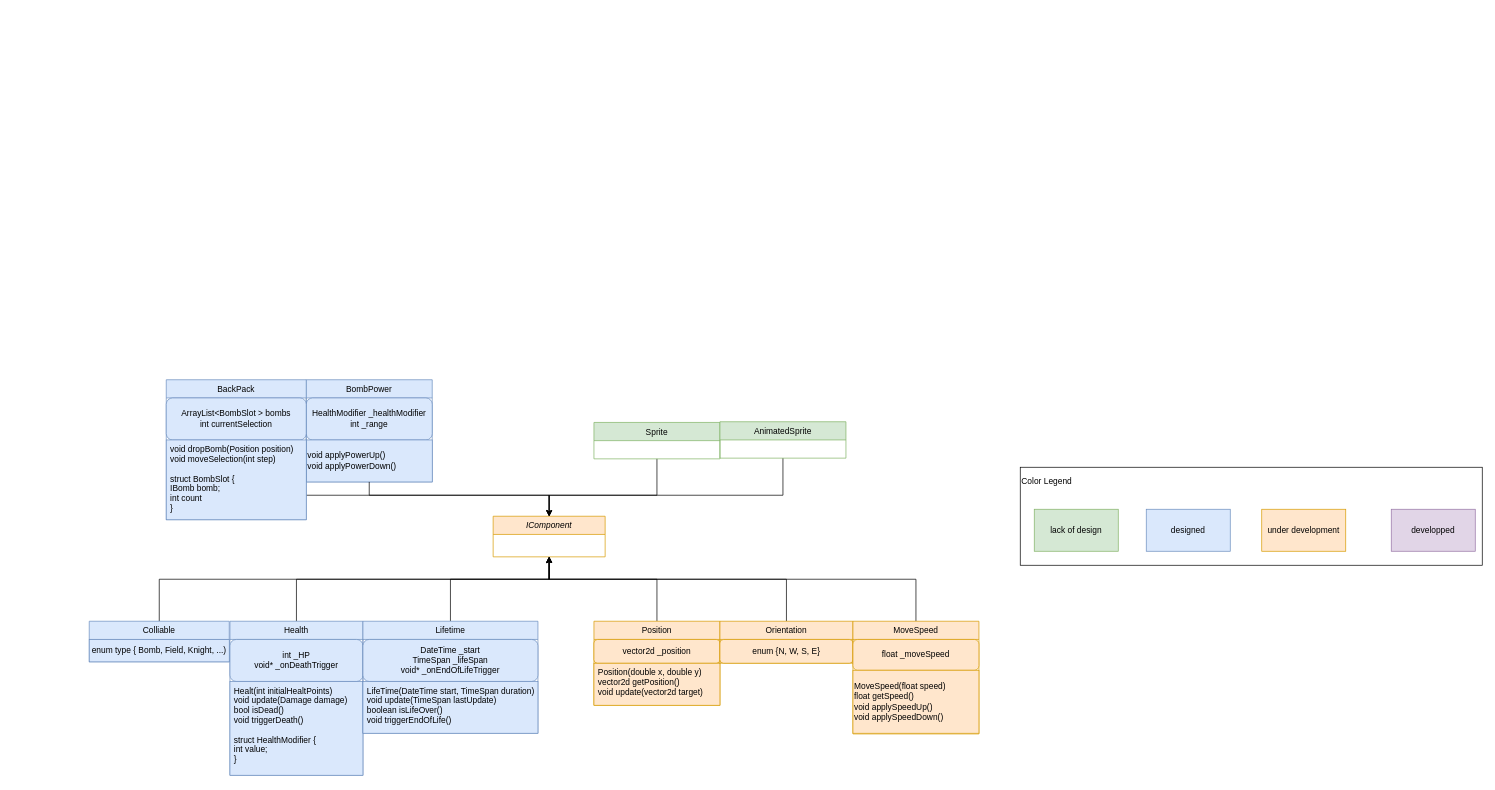
The draw.io diagram page "Components" (2 of 5) of doc/UMLGeneralFramework.drawio in Kragoum/BomberKnight, before the edit. Source tidied: cells renumbered, new cells numbered last; positions are measured from the earlier drawing's top-left corner, leaving out a move shared by most shapes. Both pictures are drawn from the tidied source at 70%, with x=0, y=0 at pixel (89, 379).
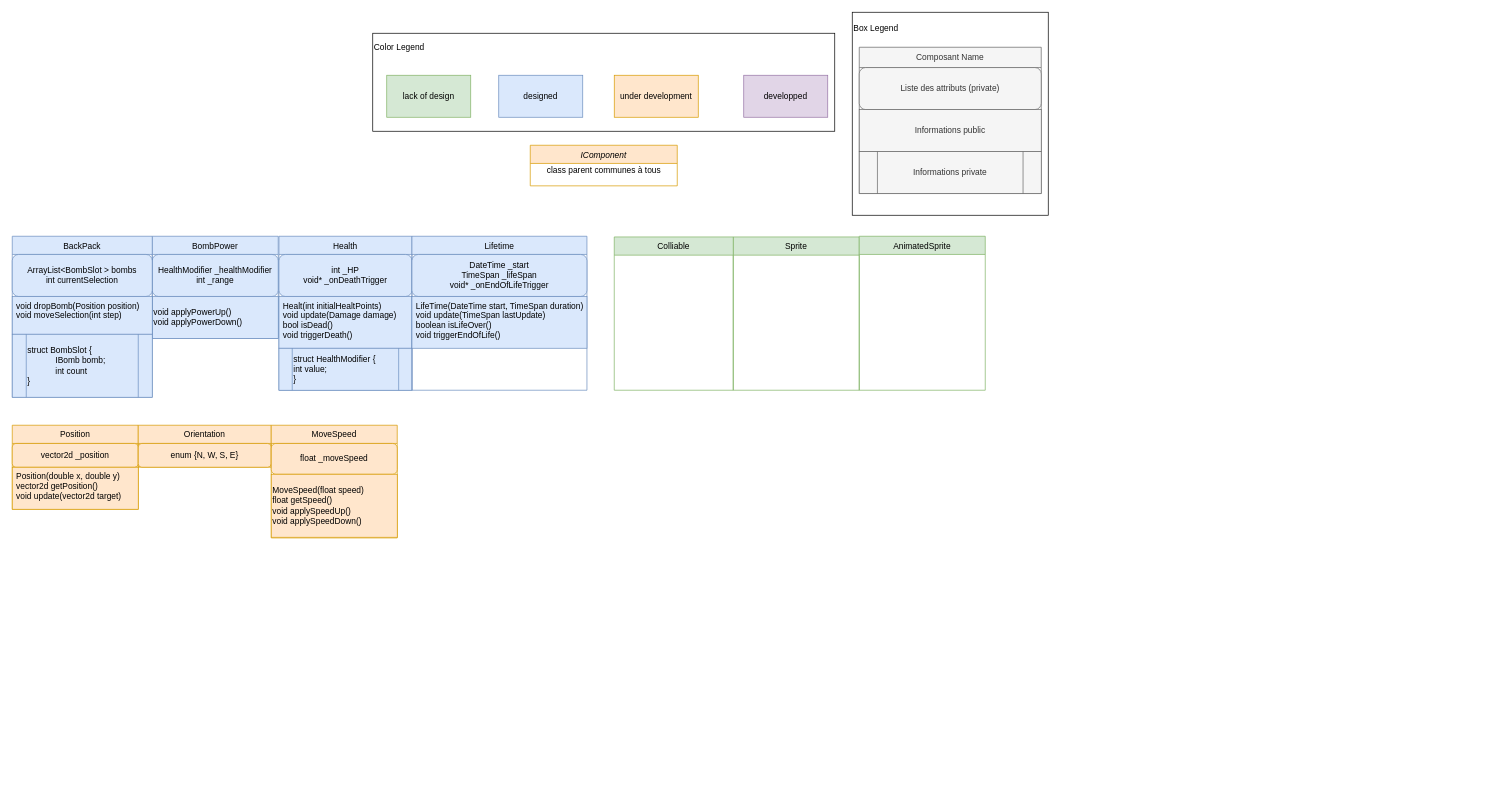
Above is the later version.

The change refers to these unchanged cells:
```xml
<mxCell id="20" value="void applyPowerUp()&lt;br&gt;void applyPowerDown()" style="rounded=0;whiteSpace=wrap;html=1;labelBackgroundColor=none;fillColor=#dae8fc;strokeColor=#6c8ebf;align=left;" parent="18" vertex="1">
  <mxGeometry y="86" width="180" height="60" as="geometry" />
</mxCell>
```

What changed in the source:
```diff
@@
     <mxCell id="2" value="IComponent" style="swimlane;fontStyle=2;align=center;verticalAlign=top;horizontal=1;startSize=26;rounded=0;shadow=0;strokeWidth=1;fillColor=#ffe6cc;strokeColor=#d79b00;" parent="1" vertex="1">
-      <mxGeometry x="577" y="195" width="160" height="58" as="geometry" />
+      <mxGeometry x="630" y="-335" width="210" height="58" as="geometry" />
     </mxCell>
-    <mxCell id="3" style="edgeStyle=orthogonalEdgeStyle;rounded=0;jettySize=auto;html=1;entryX=0.5;entryY=1;entryDx=0;entryDy=0;fontColor=#000000;" parent="1" edge="1" source="4" target="2">
-      <mxGeometry relative="1" as="geometry">
-        <Array as="points">
-          <mxPoint x="296" y="285" />
-          <mxPoint x="657" y="285" />
-        </Array>
-      </mxGeometry>
-    </mxCell>
+    <mxCell id="43" value="class parent communes à tous" style="text;html=1;align=center;verticalAlign=middle;strokeColor=none;fillColor=none;" parent="2" vertex="1">
+      <mxGeometry y="26" width="210" height="20" as="geometry" />
+    </mxCell>
     <mxCell id="4" value="Health" style="swimlane;fontStyle=0;align=center;verticalAlign=top;horizontal=1;startSize=26;rounded=0;shadow=0;strokeWidth=1;fillColor=#dae8fc;strokeColor=#6c8ebf;" parent="1" vertex="1">
-      <mxGeometry x="201" y="345" width="190" height="220" as="geometry" />
+      <mxGeometry x="271" y="-205" width="190" height="220" as="geometry" />
     </mxCell>
@@
-    <mxCell id="6" value="Healt(int initialHealtPoints)&#10;void update(Damage damage)&#10;bool isDead()&#10;void triggerDeath()&#10;&#10;struct HealthModifier {&#10;int value;&#10;}" style="text;align=left;verticalAlign=top;spacingLeft=4;spacingRight=4;overflow=hidden;rounded=0;shadow=0;html=0;fillColor=#dae8fc;strokeColor=#6c8ebf;" parent="4" vertex="1">
-      <mxGeometry y="86" width="190" height="134" as="geometry" />
+    <mxCell id="6" value="Healt(int initialHealtPoints)&#10;void update(Damage damage)&#10;bool isDead()&#10;void triggerDeath()&#10;" style="text;align=left;verticalAlign=top;spacingLeft=4;spacingRight=4;overflow=hidden;rounded=0;shadow=0;html=0;fillColor=#dae8fc;strokeColor=#6c8ebf;" parent="4" vertex="1">
+      <mxGeometry y="86" width="190" height="74" as="geometry" />
     </mxCell>
-    <mxCell id="7" style="edgeStyle=orthogonalEdgeStyle;rounded=0;jettySize=auto;html=1;entryX=0.5;entryY=1;entryDx=0;entryDy=0;fontColor=#000000;" parent="1" edge="1" source="8" target="2">
-      <mxGeometry relative="1" as="geometry">
-        <Array as="points">
-          <mxPoint x="516" y="285" />
-          <mxPoint x="657" y="285" />
-        </Array>
-      </mxGeometry>
-    </mxCell>
+    <mxCell id="44" value="&lt;span style=&quot;&quot;&gt;struct HealthModifier {&lt;/span&gt;&lt;br style=&quot;padding: 0px; margin: 0px;&quot;&gt;&lt;span style=&quot;&quot;&gt;int value;&lt;/span&gt;&lt;br style=&quot;padding: 0px; margin: 0px;&quot;&gt;&lt;div style=&quot;&quot;&gt;&lt;span style=&quot;background-color: initial;&quot;&gt;}&lt;/span&gt;&lt;/div&gt;" style="shape=process;whiteSpace=wrap;html=1;backgroundOutline=1;fillColor=#dae8fc;strokeColor=#6c8ebf;align=left;" parent="4" vertex="1">
+      <mxGeometry y="160" width="190" height="60" as="geometry" />
+    </mxCell>
     <mxCell id="8" value="Lifetime" style="swimlane;fontStyle=0;align=center;verticalAlign=top;horizontal=1;startSize=26;rounded=0;shadow=0;strokeWidth=1;fillColor=#dae8fc;strokeColor=#6c8ebf;" parent="1" vertex="1">
-      <mxGeometry x="391" y="345" width="250" height="160" as="geometry" />
+      <mxGeometry x="461" y="-205" width="250" height="220" as="geometry" />
     </mxCell>
@@
-    <mxCell id="11" style="edgeStyle=orthogonalEdgeStyle;rounded=0;jettySize=auto;html=1;entryX=0.5;entryY=1;entryDx=0;entryDy=0;fontColor=#000000;" parent="1" edge="1" source="12" target="2">
-      <mxGeometry relative="1" as="geometry">
-        <Array as="points">
-          <mxPoint x="811" y="285" />
-          <mxPoint x="657" y="285" />
-        </Array>
-      </mxGeometry>
-    </mxCell>
     <mxCell id="12" value="Position" style="swimlane;fontStyle=0;align=center;verticalAlign=top;horizontal=1;startSize=26;rounded=0;shadow=0;strokeWidth=1;fillColor=#ffe6cc;strokeColor=#d79b00;" parent="1" vertex="1">
-      <mxGeometry x="721" y="345" width="180" height="120" as="geometry" />
+      <mxGeometry x="-110" y="65" width="180" height="120" as="geometry" />
     </mxCell>
@@
-    <mxCell id="15" style="edgeStyle=orthogonalEdgeStyle;rounded=0;jettySize=auto;html=1;entryX=0.5;entryY=1;entryDx=0;entryDy=0;fontColor=#000000;" parent="1" edge="1" source="16" target="2">
-      <mxGeometry relative="1" as="geometry">
-        <Array as="points">
-          <mxPoint x="996" y="285" />
-          <mxPoint x="657" y="285" />
-        </Array>
-      </mxGeometry>
-    </mxCell>
     <mxCell id="16" value="Orientation" style="swimlane;fontStyle=0;align=center;verticalAlign=top;horizontal=1;startSize=26;rounded=0;shadow=0;strokeWidth=1;fillColor=#ffe6cc;strokeColor=#d79b00;" parent="1" vertex="1">
-      <mxGeometry x="901" y="345" width="190" height="60" as="geometry" />
+      <mxGeometry x="70" y="65" width="190" height="60" as="geometry" />
     </mxCell>
@@
     <mxCell id="18" value="BombPower" style="swimlane;fontStyle=0;align=center;verticalAlign=top;horizontal=1;startSize=26;rounded=0;shadow=0;strokeWidth=1;fillColor=#dae8fc;strokeColor=#6c8ebf;" parent="1" vertex="1">
-      <mxGeometry x="310" width="180" height="146" as="geometry" />
+      <mxGeometry x="90" y="-205" width="180" height="146" as="geometry" />
     </mxCell>
@@
-    <mxCell id="21" style="edgeStyle=orthogonalEdgeStyle;rounded=0;jettySize=auto;html=1;entryX=0.5;entryY=1;entryDx=0;entryDy=0;fontColor=#000000;" parent="1" edge="1" source="22" target="2">
-      <mxGeometry relative="1" as="geometry">
-        <Array as="points">
-          <mxPoint x="1181" y="285" />
-          <mxPoint x="657" y="285" />
-        </Array>
-      </mxGeometry>
-    </mxCell>
     <mxCell id="22" value="MoveSpeed" style="swimlane;fontStyle=0;align=center;verticalAlign=top;horizontal=1;startSize=26;rounded=0;shadow=0;strokeWidth=1;fillColor=#ffe6cc;strokeColor=#d79b00;" parent="1" vertex="1">
-      <mxGeometry x="1091" y="345" width="180" height="161" as="geometry" />
+      <mxGeometry x="260" y="65" width="180" height="161" as="geometry" />
     </mxCell>
@@
-    <mxCell id="25" style="edgeStyle=orthogonalEdgeStyle;rounded=0;jettySize=auto;html=1;fontColor=#000000;" parent="1" edge="1" source="26" target="2">
-      <mxGeometry relative="1" as="geometry">
-        <Array as="points">
-          <mxPoint x="811" y="165" />
-          <mxPoint x="657" y="165" />
-        </Array>
-      </mxGeometry>
-    </mxCell>
     <mxCell id="26" value="Sprite" style="swimlane;fontStyle=0;align=center;verticalAlign=top;horizontal=1;startSize=26;rounded=0;shadow=0;strokeWidth=1;fillColor=#d5e8d4;strokeColor=#82b366;" parent="1" vertex="1">
-      <mxGeometry x="721" y="61" width="180" height="52" as="geometry" />
+      <mxGeometry x="920" y="-204" width="180" height="219" as="geometry" />
     </mxCell>
-    <mxCell id="27" style="edgeStyle=orthogonalEdgeStyle;rounded=0;jettySize=auto;html=1;entryX=0.5;entryY=0;entryDx=0;entryDy=0;fontColor=#000000;" parent="1" edge="1" source="28" target="2">
-      <mxGeometry relative="1" as="geometry">
-        <Array as="points">
-          <mxPoint x="991" y="165" />
-          <mxPoint x="657" y="165" />
-        </Array>
-      </mxGeometry>
-    </mxCell>
     <mxCell id="28" value="AnimatedSprite" style="swimlane;fontStyle=0;align=center;verticalAlign=top;horizontal=1;startSize=26;rounded=0;shadow=0;strokeWidth=1;fillColor=#d5e8d4;strokeColor=#82b366;" parent="1" vertex="1">
-      <mxGeometry x="901" y="60" width="180" height="52" as="geometry" />
+      <mxGeometry x="1100" y="-205" width="180" height="220" as="geometry" />
     </mxCell>
     <mxCell id="29" style="group;" parent="1" vertex="1">
-      <mxGeometry x="1330" y="125" width="660" height="140" as="geometry" />
+      <mxGeometry x="405" y="-495" width="660" height="140" as="geometry" />
     </mxCell>
@@
-    <mxCell id="35" style="edgeStyle=orthogonalEdgeStyle;rounded=0;jettySize=auto;html=1;entryX=0.5;entryY=1;entryDx=0;entryDy=0;fontColor=#000000;" parent="1" edge="1" source="36" target="2">
-      <mxGeometry relative="1" as="geometry">
-        <Array as="points">
-          <mxPoint x="100" y="285" />
-          <mxPoint x="657" y="285" />
-        </Array>
-      </mxGeometry>
-    </mxCell>
-    <mxCell id="36" value="Colliable" style="swimlane;fontStyle=0;align=center;verticalAlign=top;horizontal=1;startSize=26;rounded=0;shadow=0;strokeWidth=1;fillColor=#dae8fc;strokeColor=#6c8ebf;" parent="1" vertex="1">
-      <mxGeometry y="345" width="200" height="58" as="geometry" />
+    <mxCell id="36" value="Colliable" style="swimlane;fontStyle=0;align=center;verticalAlign=top;horizontal=1;startSize=26;rounded=0;shadow=0;strokeWidth=1;fillColor=#d5e8d4;strokeColor=#82b366;" parent="1" vertex="1">
+      <mxGeometry x="750" y="-204" width="170" height="219" as="geometry" />
     </mxCell>
-    <mxCell id="37" value="enum type { Bomb, Field, Knight, ...)" style="rounded=0;whiteSpace=wrap;html=1;fillColor=#dae8fc;strokeColor=#6c8ebf;" parent="36" vertex="1">
-      <mxGeometry y="26" width="200" height="32" as="geometry" />
-    </mxCell>
-    <mxCell id="38" style="edgeStyle=orthogonalEdgeStyle;rounded=0;jettySize=auto;html=1;entryX=0.5;entryY=0;entryDx=0;entryDy=0;fontColor=#000000;" parent="1" edge="1" source="39" target="2">
-      <mxGeometry relative="1" as="geometry">
-        <Array as="points">
-          <mxPoint x="210" y="165" />
-          <mxPoint x="657" y="165" />
-        </Array>
-      </mxGeometry>
-    </mxCell>
     <mxCell id="39" value="BackPack" style="swimlane;fontStyle=0;align=center;verticalAlign=top;horizontal=1;startSize=26;rounded=0;shadow=0;strokeWidth=1;fillColor=#dae8fc;strokeColor=#6c8ebf;" parent="1" vertex="1">
-      <mxGeometry x="110" width="200" height="200" as="geometry" />
+      <mxGeometry x="-110" y="-205" width="200" height="230" as="geometry" />
     </mxCell>
@@
-    <mxCell id="41" value="void dropBomb(Position position)&#10;void moveSelection(int step)&#10;&#10;struct BombSlot {&#10;IBomb bomb;&#10;int count&#10;}" style="text;align=left;verticalAlign=top;spacingLeft=4;spacingRight=4;overflow=hidden;rounded=0;shadow=0;html=0;fillColor=#dae8fc;strokeColor=#6c8ebf;" parent="39" vertex="1">
-      <mxGeometry y="86" width="200" height="114" as="geometry" />
+    <mxCell id="41" value="void dropBomb(Position position)&#10;void moveSelection(int step)&#10;&#10;" style="text;align=left;verticalAlign=top;spacingLeft=4;spacingRight=4;overflow=hidden;rounded=0;shadow=0;html=0;fillColor=#dae8fc;strokeColor=#6c8ebf;" parent="39" vertex="1">
+      <mxGeometry y="86" width="200" height="54" as="geometry" />
     </mxCell>
-    <mxCell id="42" style="edgeStyle=orthogonalEdgeStyle;rounded=0;jettySize=auto;html=1;fontColor=#000000;" parent="1" edge="1" source="20" target="2">
-      <mxGeometry relative="1" as="geometry">
-        <Array as="points">
-          <mxPoint x="400" y="165" />
-          <mxPoint x="657" y="165" />
-        </Array>
-      </mxGeometry>
-    </mxCell>
+    <mxCell id="45" value="&lt;span style=&quot;&quot;&gt;struct BombSlot {&lt;/span&gt;&lt;br style=&quot;padding: 0px; margin: 0px;&quot;&gt;&lt;blockquote style=&quot;margin: 0 0 0 40px; border: none; padding: 0px;&quot;&gt;&lt;span style=&quot;&quot;&gt;IBomb bomb;&lt;br&gt;&lt;/span&gt;&lt;span style=&quot;&quot;&gt;int count&lt;/span&gt;&lt;/blockquote&gt;&lt;span style=&quot;&quot;&gt;}&lt;/span&gt;" style="shape=process;whiteSpace=wrap;html=1;backgroundOutline=1;fillColor=#dae8fc;strokeColor=#6c8ebf;align=left;" parent="39" vertex="1">
+      <mxGeometry y="140" width="200" height="90" as="geometry" />
+    </mxCell>
+    <mxCell id="46" style="group;" parent="1" vertex="1">
+      <mxGeometry x="1090" y="-525" width="280" height="290" as="geometry" />
+    </mxCell>
+    <mxCell id="47" value="Box Legend&lt;br&gt;&lt;br&gt;&lt;br&gt;&lt;br&gt;&lt;br&gt;&lt;br&gt;&lt;br&gt;&lt;br&gt;&lt;br&gt;&lt;br&gt;&lt;br&gt;&lt;br&gt;&lt;br&gt;&lt;br&gt;&lt;br&gt;&lt;br&gt;&lt;br&gt;&lt;br&gt;" style="rounded=0;whiteSpace=wrap;html=1;align=left;" parent="46" vertex="1">
+      <mxGeometry width="280" height="290" as="geometry" />
+    </mxCell>
+    <mxCell id="48" value="Composant Name" style="swimlane;fontStyle=0;align=center;verticalAlign=top;horizontal=1;startSize=29;rounded=0;shadow=0;strokeWidth=1;fillColor=#f5f5f5;strokeColor=#666666;fontColor=#333333;" parent="46" vertex="1">
+      <mxGeometry x="10" y="50" width="260" height="209" as="geometry" />
+    </mxCell>
+    <mxCell id="49" value="Liste des attributs (private)" style="rounded=1;whiteSpace=wrap;html=1;fillColor=#f5f5f5;strokeColor=#666666;fontColor=#333333;" parent="48" vertex="1">
+      <mxGeometry y="29" width="260" height="60" as="geometry" />
+    </mxCell>
+    <mxCell id="50" value="Informations public" style="rounded=0;whiteSpace=wrap;html=1;fillColor=#f5f5f5;strokeColor=#666666;fontColor=#333333;" parent="48" vertex="1">
+      <mxGeometry y="89" width="260" height="60" as="geometry" />
+    </mxCell>
+    <mxCell id="51" value="Informations private" style="shape=process;whiteSpace=wrap;html=1;backgroundOutline=1;fillColor=#f5f5f5;fontColor=#333333;strokeColor=#666666;" parent="48" vertex="1">
+      <mxGeometry y="149" width="260" height="60" as="geometry" />
+    </mxCell>
```
